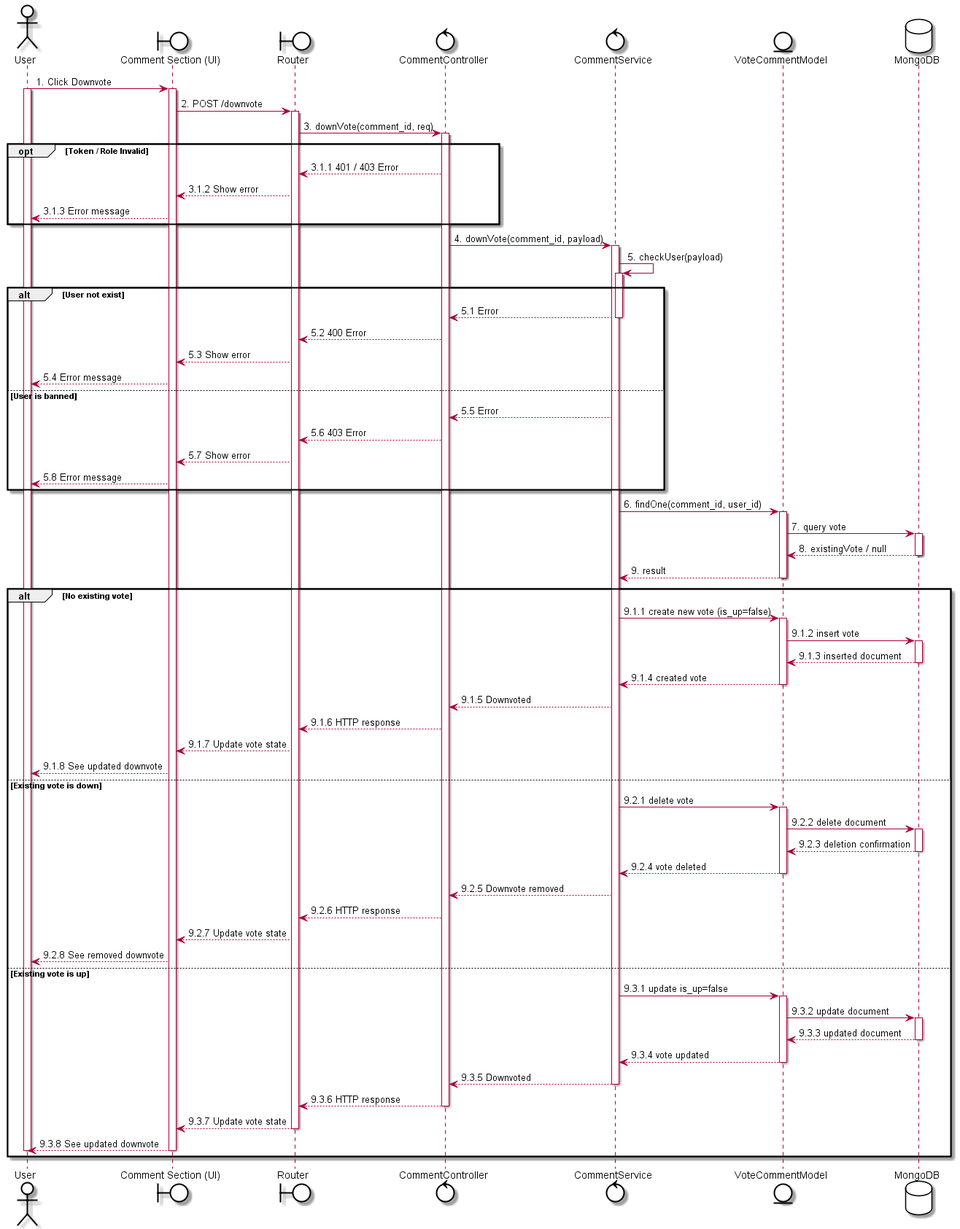
Above: out/uc47 - downvote comment/uc47 - downvote comment.png in LGK1412/sequence_sep490_01 (PlantUML), before the change. Its diagram source:
```plantuml
@startuml
skinparam {
    ActorBackgroundColor #FFFFFF
    BoundaryBackgroundColor #FFFFFF
    ControlBackgroundColor #FFFFFF
    EntityBackgroundColor #FFFFFF
    DatabaseBackgroundColor #FFFFFF

    ActorBorderColor black
    BoundaryBorderColor black
    ControlBorderColor black
    EntityBorderColor black
    DatabaseBorderColor black
}

actor User
boundary "Comment Section (UI)" as UI
boundary Router
control CommentController
control CommentService
entity VoteCommentModel
database MongoDB

User -> UI: 1. Click Downvote
activate User
activate UI

UI -> Router: 2. POST /downvote
activate Router

Router -> CommentController: 3. downVote(comment_id, req)
activate CommentController

opt Token / Role Invalid
    CommentController --> Router: 3.1.1 401 / 403 Error
    Router --> UI: 3.1.2 Show error
    UI --> User: 3.1.3 Error message
end

CommentController -> CommentService: 4. downVote(comment_id, payload)
activate CommentService

CommentService -> CommentService: 5. checkUser(payload)
activate CommentService

alt User not exist
    CommentService --> CommentController: 5.1 Error
    deactivate CommentService
    CommentController --> Router: 5.2 400 Error
    Router --> UI: 5.3 Show error
    UI --> User: 5.4 Error message
else User is banned
    CommentService --> CommentController: 5.5 Error
    CommentController --> Router: 5.6 403 Error
    Router --> UI: 5.7 Show error
    UI --> User: 5.8 Error message
end

CommentService -> VoteCommentModel: 6. findOne(comment_id, user_id)
activate VoteCommentModel
VoteCommentModel -> MongoDB: 7. query vote
activate MongoDB
MongoDB --> VoteCommentModel: 8. existingVote / null
deactivate MongoDB
VoteCommentModel --> CommentService: 9. result
deactivate VoteCommentModel

alt No existing vote
    CommentService -> VoteCommentModel: 9.1.1 create new vote (is_up=false)
    activate VoteCommentModel
    VoteCommentModel -> MongoDB: 9.1.2 insert vote
    activate MongoDB
    MongoDB --> VoteCommentModel: 9.1.3 inserted document
    deactivate MongoDB
    VoteCommentModel --> CommentService: 9.1.4 created vote
    deactivate VoteCommentModel
    CommentService --> CommentController: 9.1.5 Downvoted
    CommentController --> Router: 9.1.6 HTTP response
    Router --> UI: 9.1.7 Update vote state
    UI --> User: 9.1.8 See updated downvote
else Existing vote is down
    CommentService -> VoteCommentModel: 9.2.1 delete vote
    activate VoteCommentModel
    VoteCommentModel -> MongoDB: 9.2.2 delete document
    activate MongoDB
    MongoDB --> VoteCommentModel: 9.2.3 deletion confirmation
    deactivate MongoDB
    VoteCommentModel --> CommentService: 9.2.4 vote deleted
    deactivate VoteCommentModel
    CommentService --> CommentController: 9.2.5 Downvote removed
    CommentController --> Router: 9.2.6 HTTP response
    Router --> UI: 9.2.7 Update vote state
    UI --> User: 9.2.8 See removed downvote
else Existing vote is up
    CommentService -> VoteCommentModel: 9.3.1 update is_up=false
    activate VoteCommentModel
    VoteCommentModel -> MongoDB: 9.3.2 update document
    activate MongoDB
    MongoDB --> VoteCommentModel: 9.3.3 updated document
    deactivate MongoDB
    VoteCommentModel --> CommentService: 9.3.4 vote updated
    deactivate VoteCommentModel
    CommentService --> CommentController: 9.3.5 Downvoted
    deactivate CommentService
    CommentController --> Router: 9.3.6 HTTP response
    deactivate CommentController
    Router --> UI: 9.3.7 Update vote state
    deactivate Router
    UI --> User: 9.3.8 See updated downvote
    deactivate UI
    deactivate User
end
@enduml
```
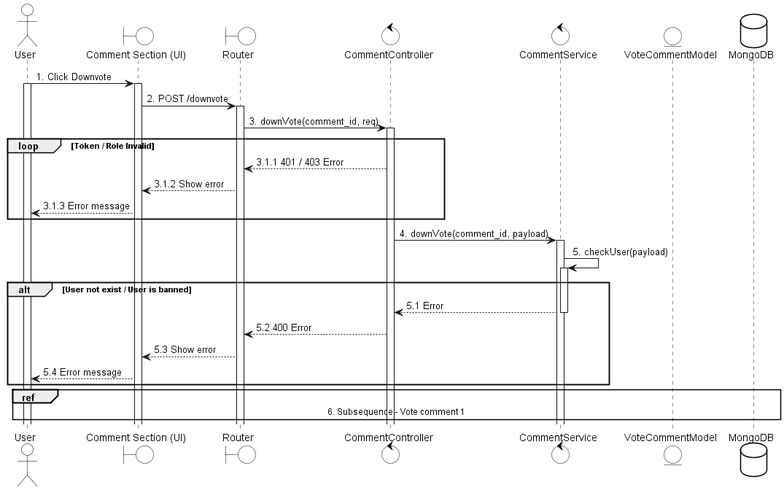
Above is the later version.

The edit, as a diff of the source:
```diff
@@ -31,7 +31,7 @@
 Router -> CommentController: 3. downVote(comment_id, req)
 activate CommentController
 
-opt Token / Role Invalid
+loop Token / Role Invalid
     CommentController --> Router: 3.1.1 401 / 403 Error
     Router --> UI: 3.1.2 Show error
     UI --> User: 3.1.3 Error message
@@ -43,71 +43,16 @@
 CommentService -> CommentService: 5. checkUser(payload)
 activate CommentService
 
-alt User not exist
+alt User not exist / User is banned
     CommentService --> CommentController: 5.1 Error
     deactivate CommentService
     CommentController --> Router: 5.2 400 Error
     Router --> UI: 5.3 Show error
     UI --> User: 5.4 Error message
-else User is banned
-    CommentService --> CommentController: 5.5 Error
-    CommentController --> Router: 5.6 403 Error
-    Router --> UI: 5.7 Show error
-    UI --> User: 5.8 Error message
 end
 
-CommentService -> VoteCommentModel: 6. findOne(comment_id, user_id)
-activate VoteCommentModel
-VoteCommentModel -> MongoDB: 7. query vote
-activate MongoDB
-MongoDB --> VoteCommentModel: 8. existingVote / null
-deactivate MongoDB
-VoteCommentModel --> CommentService: 9. result
-deactivate VoteCommentModel
+ref over User, MongoDB
+    6. Subsequence - Vote comment 1
+end ref
 
-alt No existing vote
-    CommentService -> VoteCommentModel: 9.1.1 create new vote (is_up=false)
-    activate VoteCommentModel
-    VoteCommentModel -> MongoDB: 9.1.2 insert vote
-    activate MongoDB
-    MongoDB --> VoteCommentModel: 9.1.3 inserted document
-    deactivate MongoDB
-    VoteCommentModel --> CommentService: 9.1.4 created vote
-    deactivate VoteCommentModel
-    CommentService --> CommentController: 9.1.5 Downvoted
-    CommentController --> Router: 9.1.6 HTTP response
-    Router --> UI: 9.1.7 Update vote state
-    UI --> User: 9.1.8 See updated downvote
-else Existing vote is down
-    CommentService -> VoteCommentModel: 9.2.1 delete vote
-    activate VoteCommentModel
-    VoteCommentModel -> MongoDB: 9.2.2 delete document
-    activate MongoDB
-    MongoDB --> VoteCommentModel: 9.2.3 deletion confirmation
-    deactivate MongoDB
-    VoteCommentModel --> CommentService: 9.2.4 vote deleted
-    deactivate VoteCommentModel
-    CommentService --> CommentController: 9.2.5 Downvote removed
-    CommentController --> Router: 9.2.6 HTTP response
-    Router --> UI: 9.2.7 Update vote state
-    UI --> User: 9.2.8 See removed downvote
-else Existing vote is up
-    CommentService -> VoteCommentModel: 9.3.1 update is_up=false
-    activate VoteCommentModel
-    VoteCommentModel -> MongoDB: 9.3.2 update document
-    activate MongoDB
-    MongoDB --> VoteCommentModel: 9.3.3 updated document
-    deactivate MongoDB
-    VoteCommentModel --> CommentService: 9.3.4 vote updated
-    deactivate VoteCommentModel
-    CommentService --> CommentController: 9.3.5 Downvoted
-    deactivate CommentService
-    CommentController --> Router: 9.3.6 HTTP response
-    deactivate CommentController
-    Router --> UI: 9.3.7 Update vote state
-    deactivate Router
-    UI --> User: 9.3.8 See updated downvote
-    deactivate UI
-    deactivate User
-end
 @enduml
```
